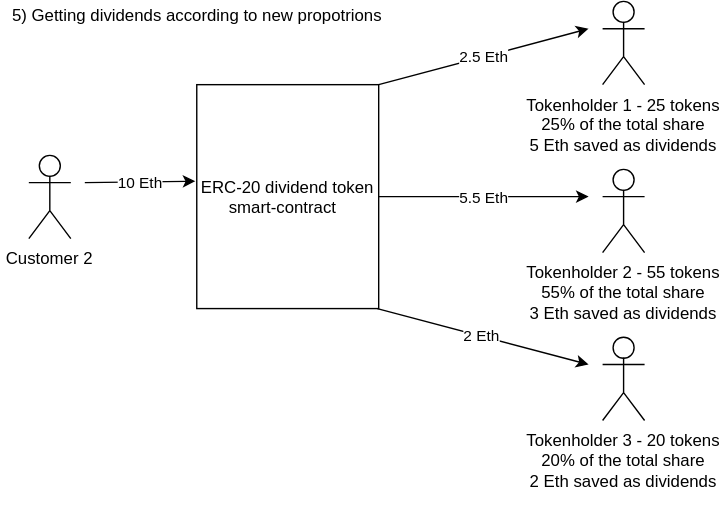
The draw.io diagram docs/images/dividends/image4_dividends.svg in BANKEX/asset-toolkit, before a commit. Source tidied: cells renumbered, new cells last; positions are measured from the earlier drawing's top-left corner, leaving out a move shared by most shapes.
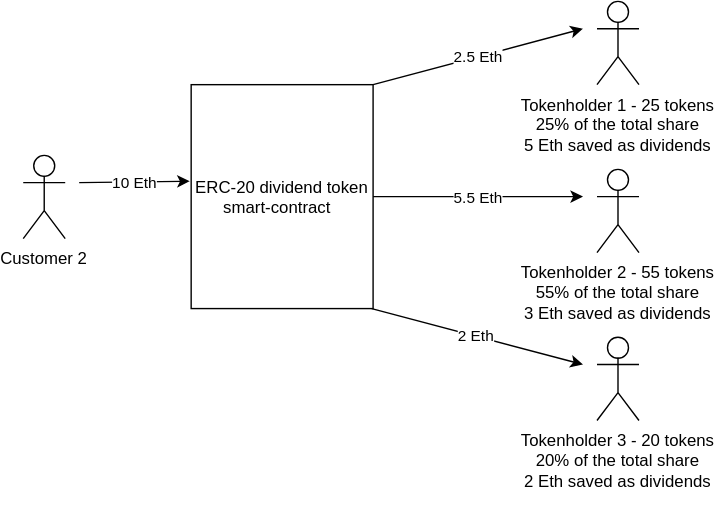
After the change.

Diff of the diagram source:
```diff
@@ -39,8 +39,5 @@
     <mxCell id="10" value="Tokenholder 3 - 20 tokens&lt;br&gt;20% of the total share&lt;br&gt;2 Eth saved as dividends&lt;br&gt;&lt;br&gt;" style="shape=umlActor;verticalLabelPosition=bottom;labelBackgroundColor=#ffffff;verticalAlign=top;html=1;" parent="1" vertex="1">
       <mxGeometry x="430" y="240" width="30" height="60" as="geometry" />
     </mxCell>
-    <mxCell id="11" value="5) Getting dividends according to new propotrions" style="text;html=1;strokeColor=none;fillColor=none;align=center;verticalAlign=middle;whiteSpace=wrap;rounded=0;" parent="1" vertex="1">
-      <mxGeometry width="280" height="20" as="geometry" />
-    </mxCell>
   </root>
 </mxGraphModel>
```
